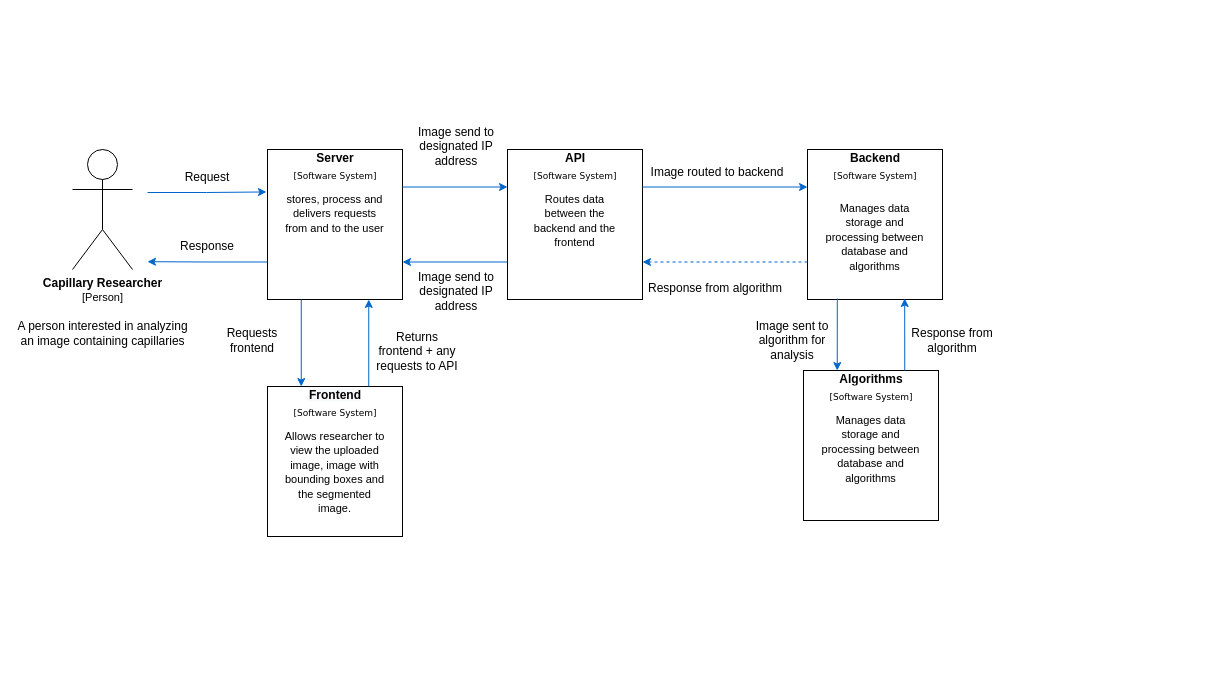
Before: page "System Context" (1 of 6) of diagram/paper4.drawio in magedhelmy1/capillarydetection, a draw.io diagram. Source tidied: cells renumbered, new cells numbered last; positions are measured from the earlier drawing's top-left corner, leaving out a move shared by most shapes. Both pictures are drawn from the tidied source at 100%, with x=0, y=0 at pixel (72, 116).
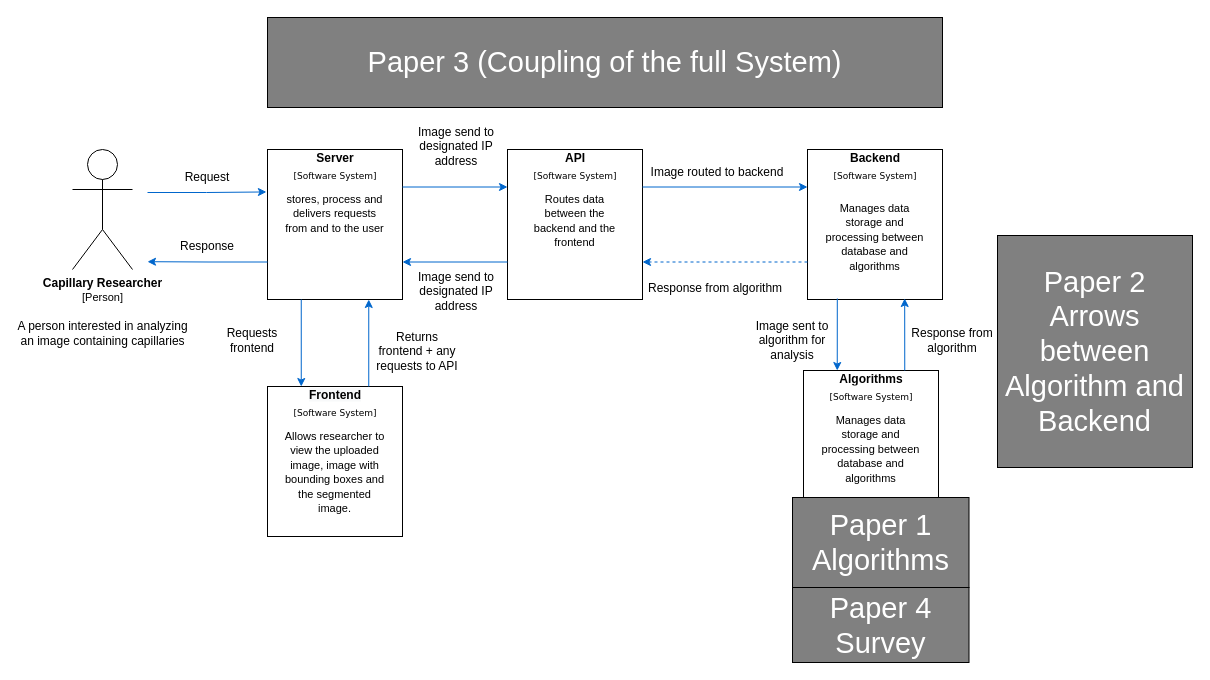
Above is the later version.

Commit message (it also covers changes not shown here):
updated diagrams + saving images

Diff of the diagram source:
```diff
@@
-    <mxCell id="21" style="group;" parent="1" vertex="1">
+    <mxCell id="21" style="group;fillColor=#dae8fc;strokeColor=#6c8ebf;" parent="1" vertex="1">
       <mxGeometry x="731" y="254" width="135" height="150" as="geometry" />
     </mxCell>
@@
+    <mxCell id="49" value="Paper 1&lt;br&gt;Algorithms" style="rounded=0;whiteSpace=wrap;html=1;fontSize=29;fillColor=#808080;fontColor=#FFFFFF;" parent="1" vertex="1">
+      <mxGeometry x="720" y="381" width="176.5" height="90" as="geometry" />
+    </mxCell>
+    <mxCell id="50" value="Paper 2&lt;br&gt;Arrows between Algorithm and Backend" style="rounded=0;whiteSpace=wrap;html=1;fontSize=29;fillColor=#808080;fontColor=#FFFFFF;" parent="1" vertex="1">
+      <mxGeometry x="925" y="119" width="195" height="232" as="geometry" />
+    </mxCell>
+    <mxCell id="51" value="Paper 3 (Coupling of the full System)" style="rounded=0;whiteSpace=wrap;html=1;fontSize=29;fillColor=#808080;fontColor=#FFFFFF;" parent="1" vertex="1">
+      <mxGeometry x="195" y="-99" width="675" height="90" as="geometry" />
+    </mxCell>
+    <mxCell id="52" value="Paper 4&lt;br&gt;Survey" style="rounded=0;whiteSpace=wrap;html=1;fontSize=29;fillColor=#808080;fontColor=#FFFFFF;" parent="1" vertex="1">
+      <mxGeometry x="720" y="471" width="176.5" height="75" as="geometry" />
+    </mxCell>
```
